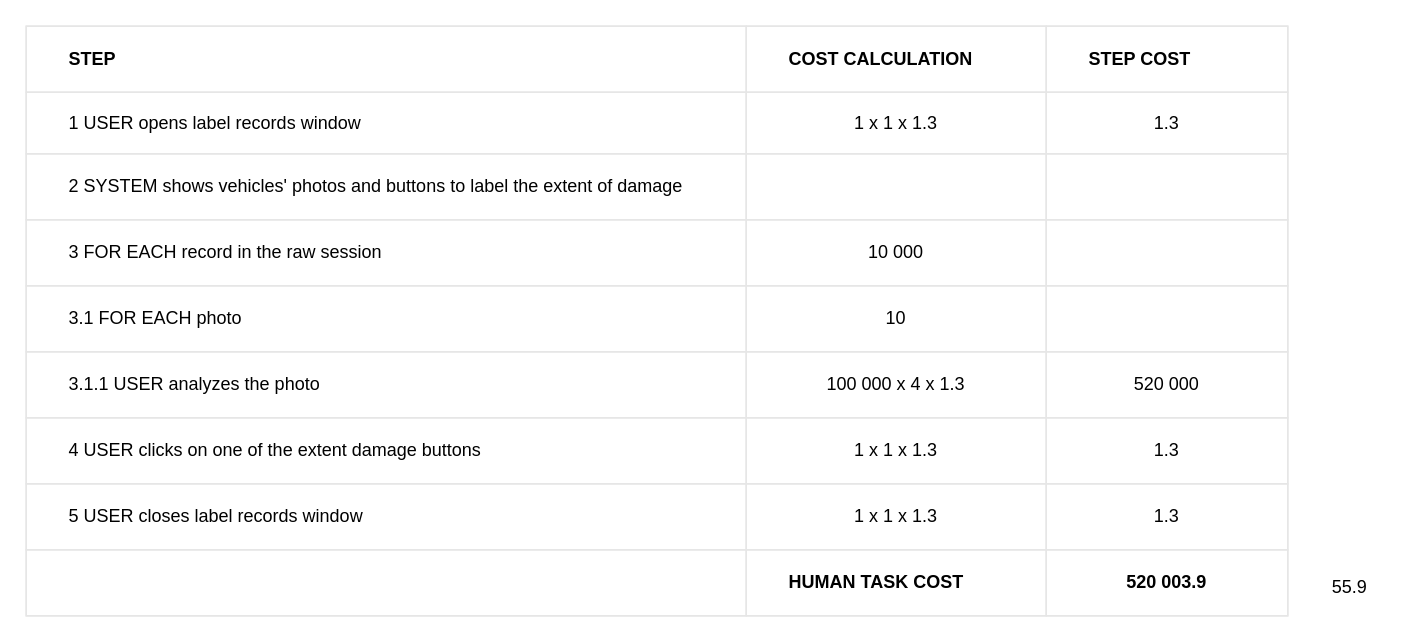
BaffoBello14/AutomaticDamagesRecognition keeps this draw.io diagram as label records (Bello)/label_records_table.drawio. Above is the earlier version. Source tidied: cells renumbered, new cells numbered last; positions are measured from the earlier drawing's top-left corner, leaving out a move shared by most shapes. Both pictures are drawn from the tidied source at 150%, with x=0, y=0 at pixel (26, 26).
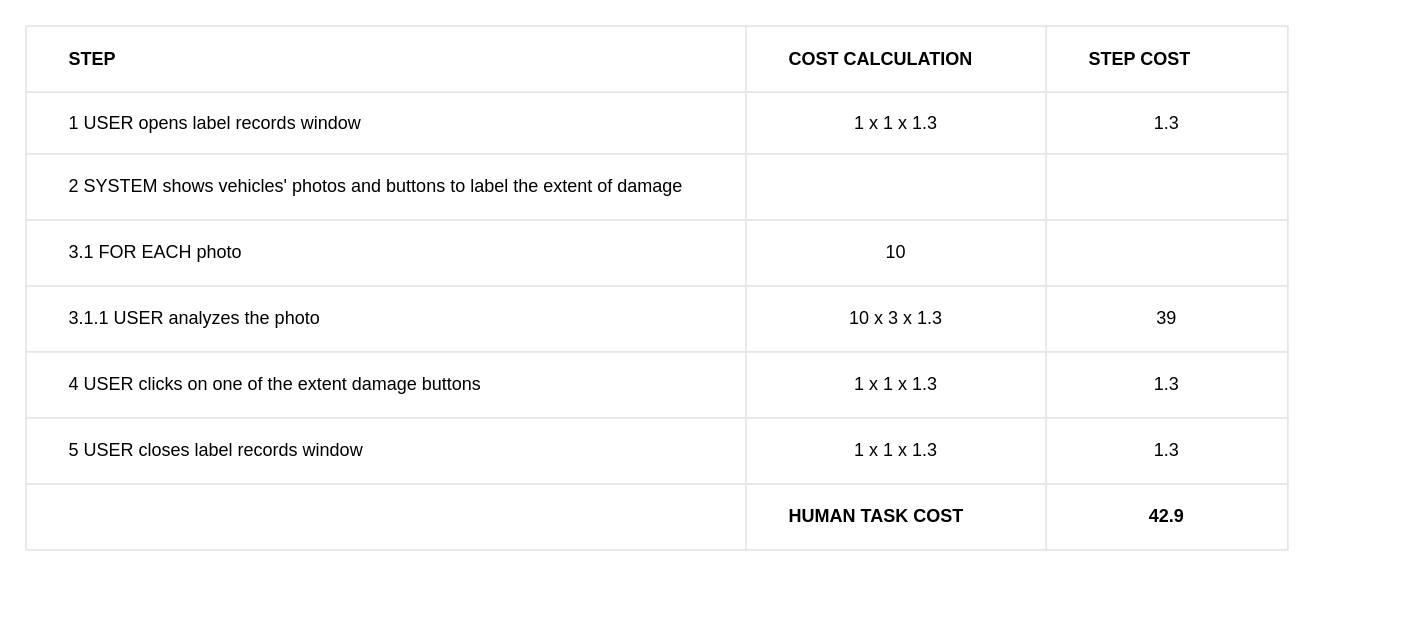
The same diagram, later.

Commit message:
modificato sforzo cognitivo esperto da 4 a 3

Change to the diagram source:
```diff
@@
     <mxCell id="2" style="childLayout=tableLayout;shadow=0;strokeColor=#E6E6E6;align=center;" parent="1" vertex="1">
-      <mxGeometry width="841" height="393" as="geometry" />
+      <mxGeometry width="841" height="349" as="geometry" />
     </mxCell>
@@
-    <mxCell id="15" style="shape=tableRow;horizontal=0;startSize=0;swimlaneHead=0;swimlaneBody=0;top=0;left=0;bottom=0;right=0;fontStyle=0;fillColor=none;strokeColor=inherit;" parent="2" vertex="1">
-      <mxGeometry y="129" width="841" height="44" as="geometry" />
-    </mxCell>
-    <mxCell id="16" value="&lt;span style=&quot;white-space: pre;&quot;&gt;&#9;&lt;/span&gt;3 FOR EACH record in the raw session" style="strokeColor=inherit;fillColor=none;align=left;whiteSpace=wrap;html=1;" parent="15" vertex="1">
-      <mxGeometry width="480" height="44" as="geometry" />
-    </mxCell>
-    <mxCell id="17" value="10 000" style="strokeColor=inherit;fillColor=none;align=center;whiteSpace=wrap;html=1;" parent="15" vertex="1">
-      <mxGeometry x="480" width="200" height="44" as="geometry" />
-    </mxCell>
-    <mxCell id="18" style="strokeColor=inherit;fillColor=none;align=left;whiteSpace=wrap;html=1;" parent="15" vertex="1">
-      <mxGeometry x="680" width="161" height="44" as="geometry" />
-    </mxCell>
     <mxCell id="19" style="shape=tableRow;horizontal=0;startSize=0;swimlaneHead=0;swimlaneBody=0;top=0;left=0;bottom=0;right=0;fontStyle=0;fillColor=none;strokeColor=inherit;" parent="2" vertex="1">
-      <mxGeometry y="173" width="841" height="44" as="geometry" />
+      <mxGeometry y="129" width="841" height="44" as="geometry" />
     </mxCell>
@@
     <mxCell id="23" style="shape=tableRow;horizontal=0;startSize=0;swimlaneHead=0;swimlaneBody=0;top=0;left=0;bottom=0;right=0;fontStyle=0;fillColor=none;strokeColor=inherit;" parent="2" vertex="1">
-      <mxGeometry y="217" width="841" height="44" as="geometry" />
+      <mxGeometry y="173" width="841" height="44" as="geometry" />
     </mxCell>
@@
-    <mxCell id="25" value="100 000 x 4 x 1.3" style="strokeColor=inherit;fillColor=none;align=center;whiteSpace=wrap;html=1;" parent="23" vertex="1">
+    <mxCell id="25" value="10 x 3 x 1.3" style="strokeColor=inherit;fillColor=none;align=center;whiteSpace=wrap;html=1;" parent="23" vertex="1">
       <mxGeometry x="480" width="200" height="44" as="geometry" />
     </mxCell>
-    <mxCell id="26" value="520 000" style="strokeColor=inherit;fillColor=none;align=center;whiteSpace=wrap;html=1;" parent="23" vertex="1">
+    <mxCell id="26" value="39" style="strokeColor=inherit;fillColor=none;align=center;whiteSpace=wrap;html=1;" parent="23" vertex="1">
       <mxGeometry x="680" width="161" height="44" as="geometry" />
     </mxCell>
     <mxCell id="27" style="shape=tableRow;horizontal=0;startSize=0;swimlaneHead=0;swimlaneBody=0;top=0;left=0;bottom=0;right=0;fontStyle=0;fillColor=none;strokeColor=inherit;" parent="2" vertex="1">
-      <mxGeometry y="261" width="841" height="44" as="geometry" />
+      <mxGeometry y="217" width="841" height="44" as="geometry" />
     </mxCell>
@@
     <mxCell id="31" style="shape=tableRow;horizontal=0;startSize=0;swimlaneHead=0;swimlaneBody=0;top=0;left=0;bottom=0;right=0;fontStyle=0;fillColor=none;strokeColor=inherit;" parent="2" vertex="1">
-      <mxGeometry y="305" width="841" height="44" as="geometry" />
+      <mxGeometry y="261" width="841" height="44" as="geometry" />
     </mxCell>
@@
     <mxCell id="35" style="shape=tableRow;horizontal=0;startSize=0;swimlaneHead=0;swimlaneBody=0;top=0;left=0;bottom=0;right=0;fontStyle=0;fillColor=none;strokeColor=inherit;" parent="2" vertex="1">
-      <mxGeometry y="349" width="841" height="44" as="geometry" />
+      <mxGeometry y="305" width="841" height="44" as="geometry" />
     </mxCell>
@@
-    <mxCell id="38" value="&lt;b&gt;520 003.9&lt;/b&gt;" style="strokeColor=inherit;fillColor=none;align=center;whiteSpace=wrap;html=1;" parent="35" vertex="1">
+    <mxCell id="38" value="&lt;b&gt;42.9&lt;/b&gt;" style="strokeColor=inherit;fillColor=none;align=center;whiteSpace=wrap;html=1;" parent="35" vertex="1">
       <mxGeometry x="680" width="161" height="44" as="geometry" />
     </mxCell>
-    <mxCell id="39" value="55.9" style="text;html=1;align=center;verticalAlign=middle;strokeColor=none;fillColor=none;" parent="1" vertex="1">
-      <mxGeometry x="857" y="359" width="50" height="30" as="geometry" />
-    </mxCell>
```
